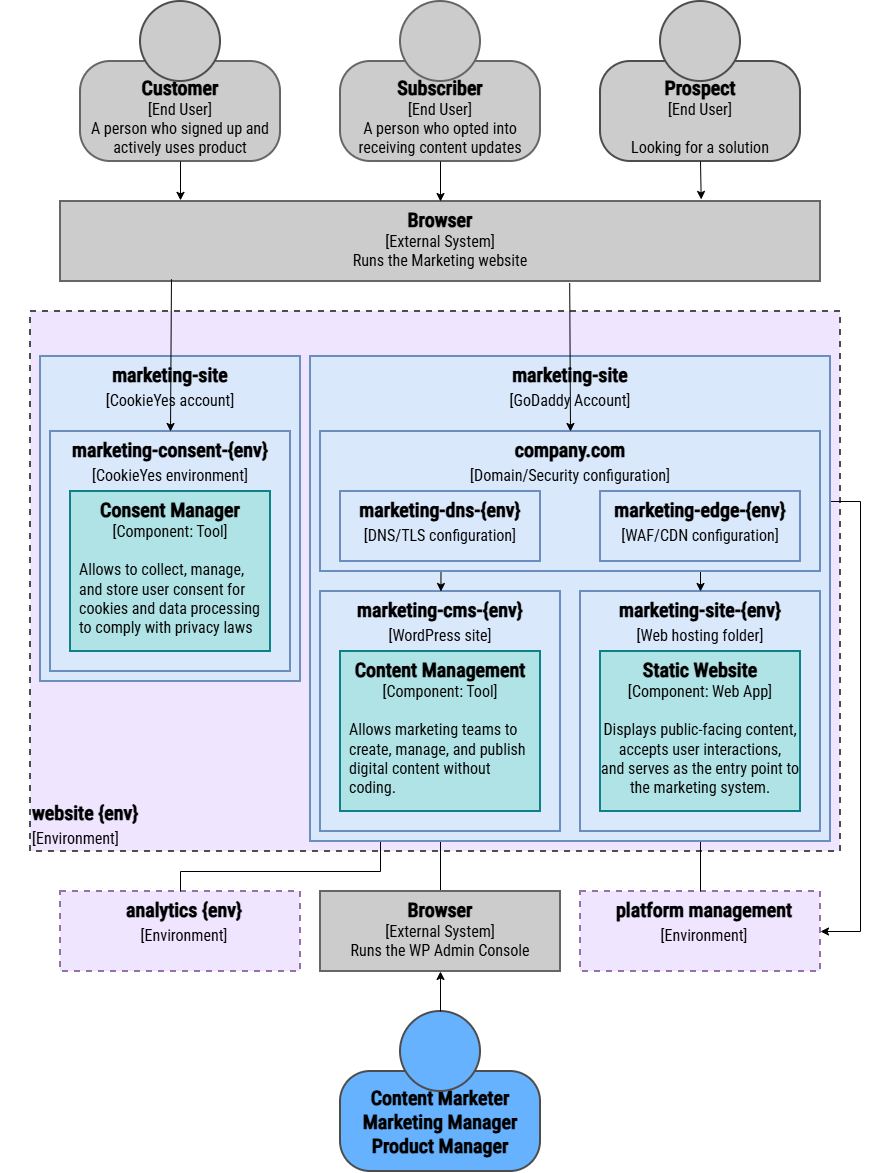
Before: chapter-12/figure-12.08.drawio.png, a diagram exported from draw.io (software-architecture-guild/modeling-software-architecture). Source tidied: cells renumbered, new cells last; positions are measured from the earlier drawing's top-left corner, leaving out a move shared by most shapes.
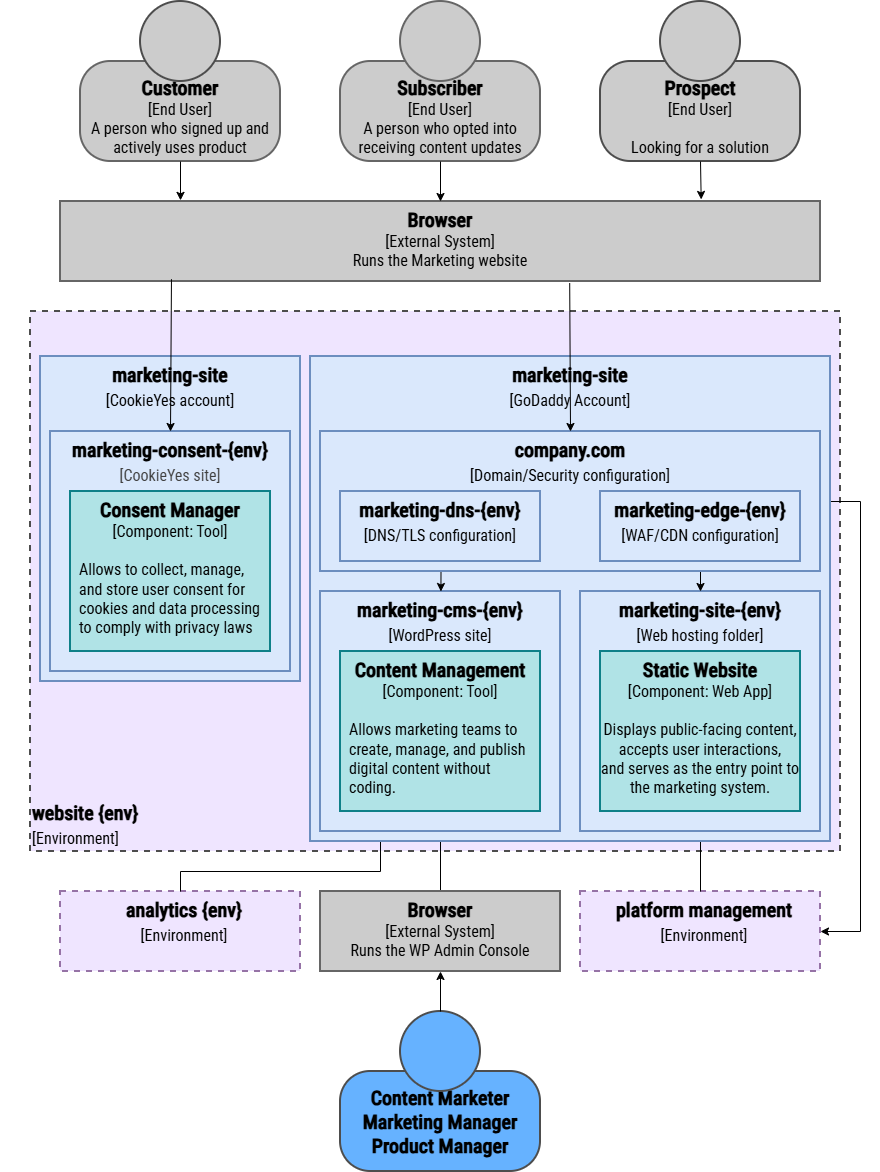
Above is the later version.

Commit message:
chapter 12: updated cookieyes to use site

Change to the diagram source:
```diff
@@ -127,7 +127,7 @@
     <mxCell id="38" value="&lt;div&gt;&lt;font&gt;&lt;font style=&quot;&quot;&gt;&lt;b&gt;marketing-site&lt;/b&gt;&lt;/font&gt;&lt;/font&gt;&lt;/div&gt;&lt;div&gt;&lt;font&gt;&lt;font style=&quot;font-size: 16px;&quot;&gt;[CookieYes account]&lt;/font&gt;&lt;/font&gt;&lt;/div&gt;" style="rounded=0;whiteSpace=wrap;html=1;strokeWidth=2;fillColor=#dae8fc;strokeColor=#6c8ebf;verticalAlign=top;fontFamily=Roboto Condensed;fontSource=https%3A%2F%2Ffonts.googleapis.com%2Fcss%3Ffamily%3DRoboto%2BCondensed;fontSize=20;align=center;fontColor=#000000;" parent="1" vertex="1">
       <mxGeometry x="40" y="355" width="260" height="325" as="geometry" />
     </mxCell>
-    <mxCell id="39" value="&lt;font&gt;&lt;font style=&quot;&quot;&gt;&lt;b&gt;marketing-consent-{env}&lt;/b&gt;&lt;/font&gt;&lt;font style=&quot;font-size: 16px;&quot;&gt;[&lt;span style=&quot;&quot;&gt;CookieYes&amp;nbsp;environment&lt;/span&gt;]&lt;/font&gt;&lt;/font&gt;" style="rounded=0;whiteSpace=wrap;html=1;strokeWidth=2;fillColor=#dae8fc;strokeColor=#6c8ebf;verticalAlign=top;fontFamily=Roboto Condensed;fontSource=https%3A%2F%2Ffonts.googleapis.com%2Fcss%3Ffamily%3DRoboto%2BCondensed;fontSize=20;align=center;fontColor=#000000;" parent="1" vertex="1">
+    <mxCell id="39" value="&lt;font&gt;&lt;font style=&quot;&quot;&gt;&lt;b&gt;marketing-consent-{env}&lt;/b&gt;&lt;/font&gt;&lt;/font&gt;&lt;span style=&quot;color: rgb(63, 63, 63); font-size: 16px;&quot;&gt;[CookieYes site]&lt;/span&gt;" style="rounded=0;whiteSpace=wrap;html=1;strokeWidth=2;fillColor=#dae8fc;strokeColor=#6c8ebf;verticalAlign=top;fontFamily=Roboto Condensed;fontSource=https%3A%2F%2Ffonts.googleapis.com%2Fcss%3Ffamily%3DRoboto%2BCondensed;fontSize=20;align=center;fontColor=#000000;" parent="1" vertex="1">
       <mxGeometry x="50" y="430" width="240" height="240" as="geometry" />
     </mxCell>
     <mxCell id="40" value="&lt;font&gt;&lt;b&gt;&lt;font style=&quot;font-size: 20px;&quot;&gt;&lt;span&gt;Consent Manager&lt;/span&gt;&lt;/font&gt;&lt;/b&gt;&lt;br&gt;&lt;font&gt;[Component: Tool]&lt;/font&gt;&lt;/font&gt;&lt;div&gt;&lt;font&gt;&lt;font&gt;&lt;br&gt;&lt;/font&gt;&lt;/font&gt;&lt;/div&gt;&lt;div style=&quot;text-align: left; padding-left: 8px;&quot;&gt;Allows to collect, manage, and store user consent for cookies and data processing to comply with privacy laws&lt;/div&gt;" style="rounded=0;whiteSpace=wrap;html=1;strokeWidth=2;fillColor=#b0e3e6;strokeColor=#0e8088;verticalAlign=top;align=center;fontFamily=Roboto Condensed;fontSource=https%3A%2F%2Ffonts.googleapis.com%2Fcss%3Ffamily%3DRoboto%2BCondensed;fontSize=16;labelBackgroundColor=none;fontColor=#000000;" parent="1" vertex="1">
```
